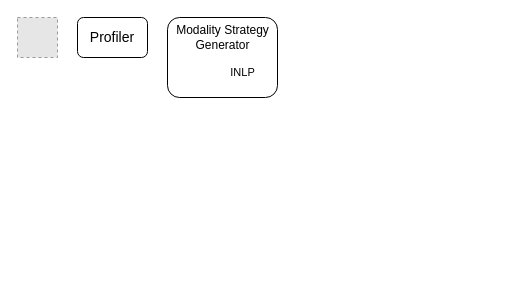
This is workflow.drawio from BDHU/diagram, a draw.io file, before an edit. Source tidied: cells renumbered, new cells numbered last; positions are measured from the earlier drawing's top-left corner, leaving out a move shared by most shapes. Both pictures are drawn from the tidied source at 100%, with x=0, y=0 at pixel (17, 17). Pictures stored in the file or linked from it are replaced by grey dashed boxes.
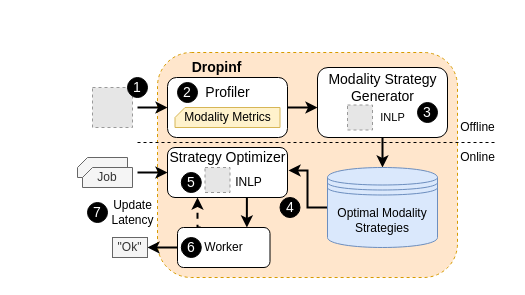
The same diagram, later.

Change to the diagram source:
```diff
@@
+    <mxCell id="7" style="rounded=1;whiteSpace=wrap;html=1;fillColor=#ffe6cc;strokeColor=#d79b00;dashed=1;" parent="1" vertex="1">
+      <mxGeometry x="140" y="35" width="300" height="225" as="geometry" />
+    </mxCell>
     <mxCell id="2" style="fillColor=#E6E6E6;strokeColor=#999999;dashed=1;verticalLabelPosition=bottom;labelBackgroundColor=default;verticalAlign=top;" parent="1" vertex="1">
-      <mxGeometry width="40" height="40" as="geometry" />
+      <mxGeometry x="75" y="70" width="40" height="40" as="geometry" />
     </mxCell>
-    <mxCell id="3" value="&lt;font style=&quot;font-size: 14px;&quot;&gt;Profiler&lt;/font&gt;" style="rounded=1;whiteSpace=wrap;html=1;" parent="1" vertex="1">
-      <mxGeometry x="60" width="70" height="40" as="geometry" />
+    <mxCell id="3" style="rounded=1;whiteSpace=wrap;html=1;" parent="1" vertex="1">
+      <mxGeometry x="150" y="60" width="120" height="60" as="geometry" />
     </mxCell>
+    <mxCell id="8" style="edgeStyle=orthogonalEdgeStyle;rounded=0;jettySize=auto;html=1;strokeWidth=2;" parent="1" edge="1" source="4" target="13">
+      <mxGeometry relative="1" as="geometry" />
+    </mxCell>
     <mxCell id="4" style="rounded=1;whiteSpace=wrap;html=1;" parent="1" vertex="1">
-      <mxGeometry x="150" width="110" height="80" as="geometry" />
+      <mxGeometry x="300" y="50" width="130" height="70" as="geometry" />
     </mxCell>
     <mxCell id="5" value="&lt;font style=&quot;font-size: 11px;&quot;&gt;INLP&lt;/font&gt;" style="text;html=1;align=center;verticalAlign=middle;strokeColor=none;fillColor=none;" parent="1" vertex="1">
-      <mxGeometry x="200" y="40" width="50" height="30" as="geometry" />
+      <mxGeometry x="350" y="85" width="50" height="30" as="geometry" />
     </mxCell>
-    <mxCell id="6" value="&lt;div&gt;Modality Strategy&lt;/div&gt;&lt;div&gt;Generator&lt;br&gt;&lt;/div&gt;" style="text;html=1;align=center;verticalAlign=middle;strokeColor=none;fillColor=none;" parent="1" vertex="1">
-      <mxGeometry x="145" width="120" height="40" as="geometry" />
+    <mxCell id="6" value="&lt;div style=&quot;font-size: 14px;&quot;&gt;&lt;font style=&quot;font-size: 14px;&quot;&gt;Modality Strategy&lt;/font&gt;&lt;/div&gt;&lt;div style=&quot;font-size: 14px;&quot;&gt;&lt;font style=&quot;font-size: 14px;&quot;&gt;Generator&lt;/font&gt;&lt;br&gt;&lt;/div&gt;" style="text;html=1;align=center;verticalAlign=middle;strokeColor=none;fillColor=none;" parent="1" vertex="1">
+      <mxGeometry x="300" y="45" width="130" height="50" as="geometry" />
     </mxCell>
+    <mxCell id="9" style="fillColor=#E6E6E6;strokeColor=#999999;dashed=1;verticalLabelPosition=bottom;labelBackgroundColor=default;verticalAlign=top;" parent="1" vertex="1">
+      <mxGeometry x="330" y="87.5" width="25" height="25" as="geometry" />
+    </mxCell>
+    <mxCell id="10" value="&lt;font style=&quot;font-size: 14px;&quot;&gt;Profiler&lt;/font&gt;" style="text;html=1;align=center;verticalAlign=middle;strokeColor=none;fillColor=none;" parent="1" vertex="1">
+      <mxGeometry x="175" y="60" width="70" height="30" as="geometry" />
+    </mxCell>
+    <mxCell id="11" value="Modality Metrics" style="shape=card;whiteSpace=wrap;html=1;size=10;fillColor=#fff2cc;strokeColor=#d6b656;" parent="1" vertex="1">
+      <mxGeometry x="157.5" y="90" width="105" height="20" as="geometry" />
+    </mxCell>
+    <mxCell id="12" style="edgeStyle=orthogonalEdgeStyle;rounded=0;jettySize=auto;html=1;entryX=0.936;entryY=0.933;entryDx=0;entryDy=0;entryPerimeter=0;strokeWidth=2;" parent="1" edge="1" source="13" target="16">
+      <mxGeometry relative="1" as="geometry" />
+    </mxCell>
+    <mxCell id="13" value="Optimal Modality Strategies" style="shape=datastore;whiteSpace=wrap;html=1;fillColor=#dae8fc;strokeColor=#6c8ebf;" parent="1" vertex="1">
+      <mxGeometry x="310" y="150" width="110" height="80" as="geometry" />
+    </mxCell>
+    <mxCell id="14" style="edgeStyle=orthogonalEdgeStyle;rounded=0;jettySize=auto;html=1;entryX=0.75;entryY=0;entryDx=0;entryDy=0;exitX=0.495;exitY=0.967;exitDx=0;exitDy=0;exitPerimeter=0;strokeWidth=2;" parent="1" edge="1" source="18" target="28">
+      <mxGeometry relative="1" as="geometry" />
+    </mxCell>
+    <mxCell id="15" style="rounded=1;whiteSpace=wrap;html=1;" parent="1" vertex="1">
+      <mxGeometry x="150" y="130" width="120" height="50" as="geometry" />
+    </mxCell>
+    <mxCell id="16" value="&lt;font style=&quot;font-size: 14px;&quot;&gt;Strategy Optimizer&lt;/font&gt;" style="text;html=1;align=center;verticalAlign=middle;points=[];strokeColor=none;fillColor=none;" parent="1" vertex="1">
+      <mxGeometry x="140" y="125" width="140" height="30" as="geometry" />
+    </mxCell>
+    <mxCell id="17" style="fillColor=#E6E6E6;strokeColor=#999999;dashed=1;verticalLabelPosition=bottom;labelBackgroundColor=default;verticalAlign=top;" parent="1" vertex="1">
+      <mxGeometry x="187.5" y="150" width="25" height="25" as="geometry" />
+    </mxCell>
+    <mxCell id="18" value="INLP" style="text;html=1;align=center;verticalAlign=middle;points=[];strokeColor=none;fillColor=none;" parent="1" vertex="1">
+      <mxGeometry x="206.2" y="150" width="50" height="30" as="geometry" />
+    </mxCell>
+    <mxCell id="19" style="shape=card;whiteSpace=wrap;html=1;size=10;fillColor=#f5f5f5;fontColor=#333333;strokeColor=#666666;" parent="1" vertex="1">
+      <mxGeometry x="60" y="140" width="50" height="20" as="geometry" />
+    </mxCell>
+    <mxCell id="20" value="Job" style="shape=card;whiteSpace=wrap;html=1;size=10;fillColor=#f5f5f5;fontColor=#333333;strokeColor=#666666;" parent="1" vertex="1">
+      <mxGeometry x="65" y="150" width="50" height="20" as="geometry" />
+    </mxCell>
+    <mxCell id="21" style="endArrow=classic;html=1;rounded=0;strokeWidth=2;entryX=0;entryY=0.5;entryDx=0;entryDy=0;" parent="1" edge="1" target="3">
+      <mxGeometry relative="1" as="geometry">
+        <mxPoint x="120" y="90" as="sourcePoint" />
+      </mxGeometry>
+    </mxCell>
+    <mxCell id="22" value="&lt;font color=&quot;#ffffff&quot; style=&quot;font-size: 14px;&quot;&gt;1&lt;/font&gt;" style="ellipse;whiteSpace=wrap;html=1;fillColor=#000000;" parent="1" vertex="1">
+      <mxGeometry x="110" y="60" width="20" height="20" as="geometry" />
+    </mxCell>
+    <mxCell id="23" value="&lt;font color=&quot;#ffffff&quot;&gt;&lt;span style=&quot;font-size: 14px;&quot;&gt;2&lt;/span&gt;&lt;/font&gt;" style="ellipse;whiteSpace=wrap;html=1;fillColor=#000000;" parent="1" vertex="1">
+      <mxGeometry x="160" y="65" width="20" height="20" as="geometry" />
+    </mxCell>
+    <mxCell id="24" value="&lt;font color=&quot;#ffffff&quot;&gt;&lt;span style=&quot;font-size: 14px;&quot;&gt;3&lt;/span&gt;&lt;/font&gt;" style="ellipse;whiteSpace=wrap;html=1;fillColor=#000000;" parent="1" vertex="1">
+      <mxGeometry x="400" y="85" width="20" height="20" as="geometry" />
+    </mxCell>
+    <mxCell id="25" value="&lt;font color=&quot;#ffffff&quot;&gt;&lt;span style=&quot;font-size: 14px;&quot;&gt;5&lt;/span&gt;&lt;/font&gt;" style="ellipse;whiteSpace=wrap;html=1;fillColor=#000000;" parent="1" vertex="1">
+      <mxGeometry x="163.8" y="155" width="20" height="20" as="geometry" />
+    </mxCell>
+    <mxCell id="26" style="edgeStyle=orthogonalEdgeStyle;rounded=0;jettySize=auto;html=1;entryX=0.25;entryY=1;entryDx=0;entryDy=0;exitX=0.25;exitY=0;exitDx=0;exitDy=0;dashed=1;strokeWidth=2;" parent="1" edge="1" source="28" target="15">
+      <mxGeometry relative="1" as="geometry" />
+    </mxCell>
+    <mxCell id="27" style="edgeStyle=orthogonalEdgeStyle;rounded=0;jettySize=auto;html=1;entryX=1;entryY=0.5;entryDx=0;entryDy=0;strokeWidth=2;" parent="1" edge="1" source="28" target="35">
+      <mxGeometry relative="1" as="geometry" />
+    </mxCell>
+    <mxCell id="28" value="Worker" style="rounded=1;whiteSpace=wrap;html=1;" parent="1" vertex="1">
+      <mxGeometry x="160" y="210" width="92.5" height="40" as="geometry" />
+    </mxCell>
+    <mxCell id="29" value="Update&lt;br&gt;Latency" style="text;html=1;align=center;verticalAlign=middle;strokeColor=none;fillColor=none;" parent="1" vertex="1">
+      <mxGeometry x="80" y="175" width="70" height="40" as="geometry" />
+    </mxCell>
+    <mxCell id="30" style="endArrow=classic;html=1;rounded=0;exitX=1;exitY=0.5;exitDx=0;exitDy=0;strokeWidth=2;" parent="1" edge="1" source="3">
+      <mxGeometry relative="1" as="geometry">
+        <mxPoint x="300" y="90" as="targetPoint" />
+      </mxGeometry>
+    </mxCell>
+    <mxCell id="31" value="&lt;font color=&quot;#ffffff&quot;&gt;&lt;span style=&quot;font-size: 14px;&quot;&gt;6&lt;/span&gt;&lt;/font&gt;" style="ellipse;whiteSpace=wrap;html=1;fillColor=#000000;" parent="1" vertex="1">
+      <mxGeometry x="163.8" y="220" width="20" height="20" as="geometry" />
+    </mxCell>
+    <mxCell id="32" value="&lt;font color=&quot;#ffffff&quot;&gt;&lt;span style=&quot;font-size: 14px;&quot;&gt;7&lt;/span&gt;&lt;/font&gt;" style="ellipse;whiteSpace=wrap;html=1;fillColor=#000000;" parent="1" vertex="1">
+      <mxGeometry x="70" y="185" width="20" height="20" as="geometry" />
+    </mxCell>
+    <mxCell id="33" style="endArrow=classic;html=1;rounded=0;entryX=0;entryY=0.5;entryDx=0;entryDy=0;strokeWidth=2;" parent="1" edge="1" target="15">
+      <mxGeometry relative="1" as="geometry">
+        <mxPoint x="120" y="155" as="sourcePoint" />
+      </mxGeometry>
+    </mxCell>
+    <mxCell id="34" value="&lt;b&gt;&lt;font style=&quot;font-size: 14px;&quot;&gt;Dropinf&lt;/font&gt;&lt;/b&gt;" style="text;html=1;align=center;verticalAlign=middle;strokeColor=none;fillColor=none;" parent="1" vertex="1">
+      <mxGeometry x="163.8" y="35" width="70" height="30" as="geometry" />
+    </mxCell>
+    <mxCell id="35" value="&quot;Ok&quot;" style="rounded=0;whiteSpace=wrap;html=1;fillColor=#f5f5f5;fontColor=#333333;strokeColor=#666666;" parent="1" vertex="1">
+      <mxGeometry x="95" y="220" width="35" height="20" as="geometry" />
+    </mxCell>
+    <mxCell id="36" style="endArrow=none;dashed=1;html=1;rounded=0;" parent="1" edge="1">
+      <mxGeometry relative="1" as="geometry">
+        <mxPoint x="120" y="125" as="sourcePoint" />
+        <mxPoint x="480" y="125" as="targetPoint" />
+      </mxGeometry>
+    </mxCell>
+    <mxCell id="37" value="Offline" style="text;html=1;align=center;verticalAlign=middle;strokeColor=none;fillColor=none;" parent="1" vertex="1">
+      <mxGeometry x="430" y="95" width="60" height="30" as="geometry" />
+    </mxCell>
+    <mxCell id="38" value="Online" style="text;html=1;align=center;verticalAlign=middle;strokeColor=none;fillColor=none;" parent="1" vertex="1">
+      <mxGeometry x="430" y="125" width="60" height="30" as="geometry" />
+    </mxCell>
+    <mxCell id="39" value="&lt;font color=&quot;#ffffff&quot;&gt;&lt;span style=&quot;font-size: 14px;&quot;&gt;4&lt;/span&gt;&lt;/font&gt;" style="ellipse;whiteSpace=wrap;html=1;fillColor=#000000;" parent="1" vertex="1">
+      <mxGeometry x="262.5" y="180" width="20" height="20" as="geometry" />
+    </mxCell>
```
